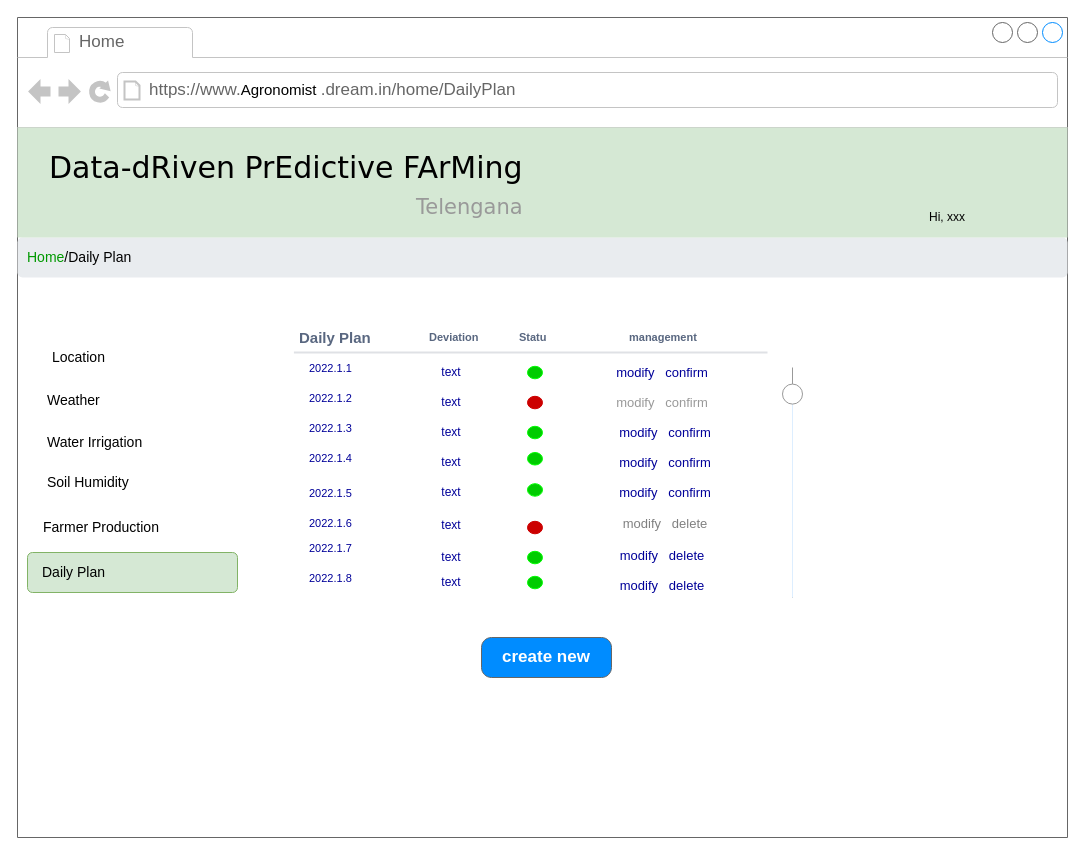
The draw.io diagram page "ag-dailyplan" (14 of 25) of RASD/diagrams/User Interface.drawio in ictar/DREAM-SE2-Project-2022, before the edit. Source tidied: cells renumbered, new cells numbered last; positions are measured from the earlier drawing's top-left corner, leaving out a move shared by most shapes. Both pictures are drawn from the tidied source at 100%, with x=0, y=0 at pixel (17, 17).
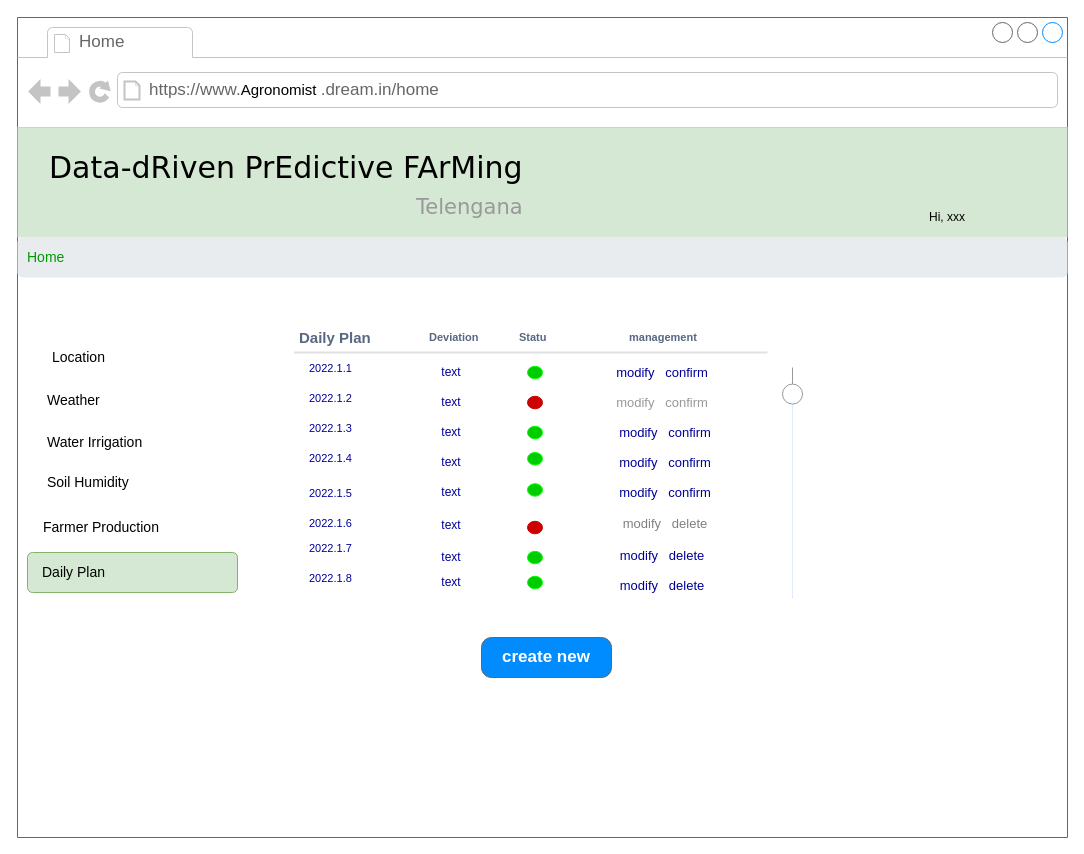
Above is the later version.

Unchanged cells that the change refers to:
```xml
<mxCell id="2" style="strokeWidth=1;shadow=0;dashed=0;align=center;html=1;shape=mxgraph.mockup.containers.browserWindow;rSize=0;strokeColor=none;mainText=,;rounded=0;labelBackgroundColor=none;fontFamily=Verdana;fontSize=12;" parent="1" vertex="1">
  <mxGeometry width="1050" height="820" as="geometry" />
</mxCell>
```

Diff of the diagram source:
```diff
@@
-    <mxCell id="41" value="&lt;font color=&quot;#009900&quot;&gt;Home&lt;/font&gt;&lt;font color=&quot;#000000&quot;&gt;/Daily Plan&lt;/font&gt;&amp;nbsp;" style="html=1;shadow=0;dashed=0;shape=mxgraph.bootstrap.rrect;rSize=5;strokeColor=none;strokeWidth=1;fillColor=#E9ECEF;fontColor=#6C757D;whiteSpace=wrap;align=left;verticalAlign=middle;spacingLeft=0;fontStyle=0;fontSize=14;spacing=10;" parent="2" vertex="1">
+    <mxCell id="41" value="&lt;font color=&quot;#009900&quot;&gt;Home&lt;/font&gt;&amp;nbsp;" style="html=1;shadow=0;dashed=0;shape=mxgraph.bootstrap.rrect;rSize=5;strokeColor=none;strokeWidth=1;fillColor=#E9ECEF;fontColor=#6C757D;whiteSpace=wrap;align=left;verticalAlign=middle;spacingLeft=0;fontStyle=0;fontSize=14;spacing=10;" parent="2" vertex="1">
       <mxGeometry y="220" width="1050" height="40" as="geometry" />
     </mxCell>
@@
-    <mxCell id="57" value="https://www.&lt;span lang=&quot;EN-US&quot; class=&quot;TextRun  BCX0 SCXW251697385&quot; style=&quot;animation: 0s ease 0s 1 normal none running none ; appearance: none ; backface-visibility: visible ; background: none 0% 0% / auto repeat scroll padding-box border-box rgba(0 , 0 , 0 , 0) ; border-color: rgb(0 , 0 , 0) ; border-collapse: collapse ; border-width: 0px ; border-style: none ; border-spacing: 0px ; border-radius: 0px ; box-shadow: none ; box-sizing: content-box ; caption-side: top ; clear: none ; clip: auto ; color: rgb(0 , 0 , 0) ; content: normal ; cursor: text ; direction: ltr ; display: inline ; empty-cells: show ; float: none ; font-family: &amp;#34;wordvisi_msfontservice&amp;#34; , , , sans-serif ; height: auto ; line-height: 16.1875px ; list-style: outside none disc ; margin: 0px ; max-height: none ; max-width: none ; min-height: 0px ; min-width: 0px ; opacity: 1 ; outline: rgb(0 , 0 , 0) none 0px ; overflow: visible ; overflow-wrap: break-word ; padding: 0px ; perspective: none ; perspective-origin: 0px 0px ; position: static ; resize: none ; speak: normal ; table-layout: auto ; text-align: justify ; text-overflow: clip ; text-shadow: none ; transform: none ; transform-origin: 0px 0px ; transform-style: flat ; transition: all 0s ease 0s ; unicode-bidi: normal ; vertical-align: baseline ; visibility: visible ; width: auto ; word-break: normal ; z-index: auto ; zoom: 1&quot;&gt;&lt;span class=&quot;NormalTextRun  BCX0 SCXW251697385&quot; style=&quot;font-size: 15px&quot;&gt;&lt;font style=&quot;font-size: 15px&quot;&gt;Agronomist&lt;/font&gt;&amp;nbsp;&lt;/span&gt;&lt;/span&gt;.dream.in/home/DailyPlan" style="strokeWidth=1;shadow=0;dashed=0;align=center;html=1;shape=mxgraph.mockup.containers.anchor;rSize=0;fontSize=17;fontColor=#666666;align=left;" parent="2" vertex="1">
+    <mxCell id="57" value="https://www.&lt;span lang=&quot;EN-US&quot; class=&quot;TextRun  BCX0 SCXW251697385&quot; style=&quot;animation: 0s ease 0s 1 normal none running none ; appearance: none ; backface-visibility: visible ; background: none 0% 0% / auto repeat scroll padding-box border-box rgba(0 , 0 , 0 , 0) ; border-color: rgb(0 , 0 , 0) ; border-collapse: collapse ; border-width: 0px ; border-style: none ; border-spacing: 0px ; border-radius: 0px ; box-shadow: none ; box-sizing: content-box ; caption-side: top ; clear: none ; clip: auto ; color: rgb(0 , 0 , 0) ; content: normal ; cursor: text ; direction: ltr ; display: inline ; empty-cells: show ; float: none ; font-family: &amp;#34;wordvisi_msfontservice&amp;#34; , , , sans-serif ; height: auto ; line-height: 16.1875px ; list-style: outside none disc ; margin: 0px ; max-height: none ; max-width: none ; min-height: 0px ; min-width: 0px ; opacity: 1 ; outline: rgb(0 , 0 , 0) none 0px ; overflow: visible ; overflow-wrap: break-word ; padding: 0px ; perspective: none ; perspective-origin: 0px 0px ; position: static ; resize: none ; speak: normal ; table-layout: auto ; text-align: justify ; text-overflow: clip ; text-shadow: none ; transform: none ; transform-origin: 0px 0px ; transform-style: flat ; transition: all 0s ease 0s ; unicode-bidi: normal ; vertical-align: baseline ; visibility: visible ; width: auto ; word-break: normal ; z-index: auto ; zoom: 1&quot;&gt;&lt;span class=&quot;NormalTextRun  BCX0 SCXW251697385&quot; style=&quot;font-size: 15px&quot;&gt;&lt;font style=&quot;font-size: 15px&quot;&gt;Agronomist&lt;/font&gt;&amp;nbsp;&lt;/span&gt;&lt;/span&gt;.dream.in/home" style="strokeWidth=1;shadow=0;dashed=0;align=center;html=1;shape=mxgraph.mockup.containers.anchor;rSize=0;fontSize=17;fontColor=#666666;align=left;" parent="2" vertex="1">
       <mxGeometry x="130" y="60" width="250" height="26" as="geometry" />
     </mxCell>
```
